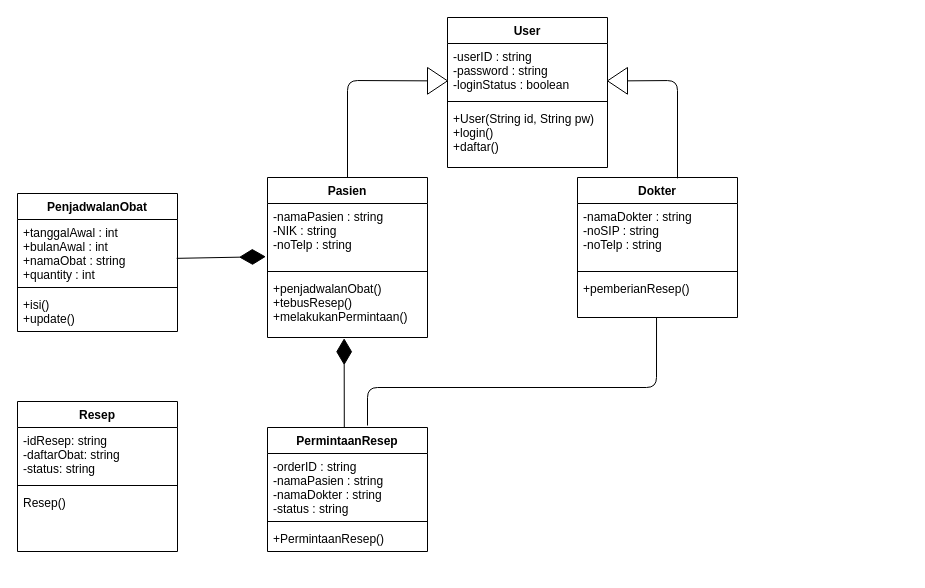
Above: class diagram.drawio in WidadAbida/Praktikum-PPL (draw.io), before the change. Source tidied: cells renumbered, new cells numbered last; positions are measured from the earlier drawing's top-left corner, leaving out a move shared by most shapes. Both pictures are drawn from the tidied source at 100%, with x=0, y=0 at pixel (17, 17).
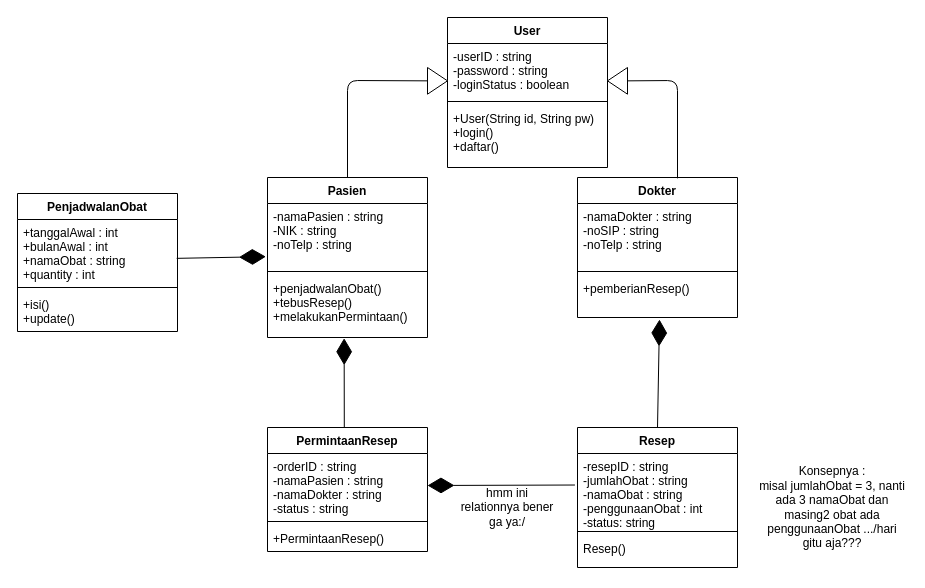
The same diagram, later.

Unchanged cells that the change refers to:
```xml
<mxCell id="13" value="+pemberianResep()" style="text;strokeColor=none;fillColor=none;align=left;verticalAlign=top;spacingLeft=4;spacingRight=4;overflow=hidden;points=[[0,0.5],[1,0.5]];portConstraint=eastwest;" parent="10" vertex="1">
  <mxGeometry y="98" width="160" height="42" as="geometry" />
</mxCell>
<mxCell id="23" value="PermintaanResep" style="swimlane;fontStyle=1;align=center;verticalAlign=top;horizontal=1;startSize=26;" parent="1" vertex="1">
  <mxGeometry x="250" y="410" width="160" height="124" as="geometry" />
</mxCell>
<mxCell id="24" value="-orderID : string&#10;-namaPasien : string&#10;-namaDokter : string&#10;-status : string&#10;" style="text;strokeColor=none;fillColor=none;align=left;verticalAlign=top;spacingLeft=4;spacingRight=4;overflow=hidden;points=[[0,0.5],[1,0.5]];portConstraint=eastwest;" parent="23" vertex="1">
  <mxGeometry y="26" width="160" height="64" as="geometry" />
</mxCell>
```

Diff of the diagram source:
```diff
@@
-    <mxCell id="28" style="endArrow=none;html=1;exitX=0.625;exitY=-0.016;exitDx=0;exitDy=0;exitPerimeter=0;entryX=0.494;entryY=1;entryDx=0;entryDy=0;entryPerimeter=0;" parent="1" edge="1" source="23" target="13">
-      <mxGeometry relative="1" as="geometry">
-        <Array as="points">
-          <mxPoint x="350" y="370" />
-          <mxPoint x="639" y="370" />
-        </Array>
-      </mxGeometry>
-    </mxCell>
     <mxCell id="29" value="Resep" style="swimlane;fontStyle=1;align=center;verticalAlign=top;horizontal=1;startSize=26;" parent="1" vertex="1">
-      <mxGeometry y="384" width="160" height="150" as="geometry" />
+      <mxGeometry x="560" y="410" width="160" height="140" as="geometry" />
     </mxCell>
-    <mxCell id="30" value="-idResep: string&#10;-daftarObat: string&#10;-status: string&#10;" style="text;strokeColor=none;fillColor=none;align=left;verticalAlign=top;spacingLeft=4;spacingRight=4;overflow=hidden;points=[[0,0.5],[1,0.5]];portConstraint=eastwest;" parent="29" vertex="1">
-      <mxGeometry y="26" width="160" height="54" as="geometry" />
+    <mxCell id="30" value="-resepID : string&#10;-jumlahObat : string&#10;-namaObat : string&#10;-penggunaanObat : int&#10;-status: string&#10;" style="text;strokeColor=none;fillColor=none;align=left;verticalAlign=top;spacingLeft=4;spacingRight=4;overflow=hidden;points=[[0,0.5],[1,0.5]];portConstraint=eastwest;" parent="29" vertex="1">
+      <mxGeometry y="26" width="160" height="74" as="geometry" />
     </mxCell>
     <mxCell id="31" style="line;strokeWidth=1;fillColor=none;align=left;verticalAlign=middle;spacingTop=-1;spacingLeft=3;spacingRight=3;labelPosition=right;" parent="29" vertex="1">
-      <mxGeometry y="80" width="160" height="8" as="geometry" />
+      <mxGeometry y="100" width="160" height="8" as="geometry" />
     </mxCell>
     <mxCell id="32" value="Resep()" style="text;strokeColor=none;fillColor=none;align=left;verticalAlign=top;spacingLeft=4;spacingRight=4;overflow=hidden;" parent="29" vertex="1">
-      <mxGeometry y="88" width="160" height="62" as="geometry" />
+      <mxGeometry y="108" width="160" height="32" as="geometry" />
     </mxCell>
+    <mxCell id="33" style="endArrow=diamondThin;endFill=1;endSize=24;html=1;exitX=0.5;exitY=0;exitDx=0;exitDy=0;" parent="1" edge="1" source="29">
+      <mxGeometry relative="1" as="geometry">
+        <mxPoint x="642" y="302" as="targetPoint" />
+      </mxGeometry>
+    </mxCell>
+    <mxCell id="34" style="endArrow=diamondThin;endFill=1;endSize=24;html=1;entryX=1;entryY=0.5;entryDx=0;entryDy=0;exitX=-0.016;exitY=0.426;exitDx=0;exitDy=0;exitPerimeter=0;" parent="1" edge="1" source="30" target="24">
+      <mxGeometry relative="1" as="geometry" />
+    </mxCell>
+    <mxCell id="35" value="hmm ini relationnya bener ga ya:/" style="text;html=1;strokeColor=none;fillColor=none;align=center;verticalAlign=middle;whiteSpace=wrap;rounded=0;" parent="1" vertex="1">
+      <mxGeometry x="440" y="480" width="100" height="20" as="geometry" />
+    </mxCell>
+    <mxCell id="36" value="Konsepnya :&lt;br&gt;misal jumlahObat = 3, nanti ada 3 namaObat dan masing2 obat ada penggunaanObat .../hari&lt;br&gt;gitu aja???" style="text;html=1;strokeColor=none;fillColor=none;align=center;verticalAlign=middle;whiteSpace=wrap;rounded=0;" parent="1" vertex="1">
+      <mxGeometry x="740" y="480" width="150" height="20" as="geometry" />
+    </mxCell>
```
